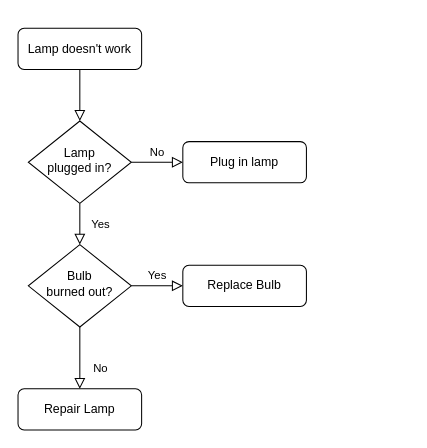
Before: CRUD.drawio in dyno9589/test, a draw.io diagram. Source tidied: cells renumbered, new cells numbered last; positions are measured from the earlier drawing's top-left corner, leaving out a move shared by most shapes. Both pictures are drawn from the tidied source at 103%, with x=0, y=0 at pixel (18, 28).
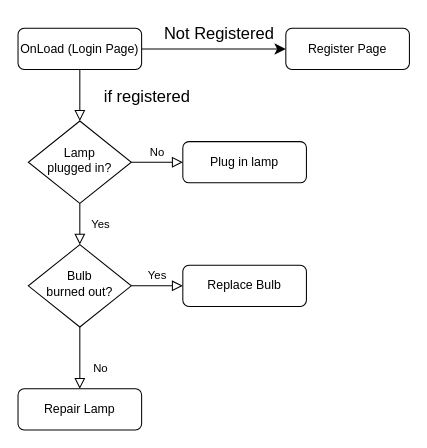
Above is the later version.

Diff of the diagram source:
```diff
@@
 <mxGraphModel>
   <root>
     <mxCell id="0" />
     <mxCell id="1" parent="0" />
     <mxCell id="2" style="rounded=0;html=1;jettySize=auto;fontSize=11;endArrow=block;endFill=0;endSize=8;strokeWidth=1;shadow=0;labelBackgroundColor=none;edgeStyle=orthogonalEdgeStyle;" parent="1" edge="1" source="3" target="6">
       <mxGeometry relative="1" as="geometry" />
     </mxCell>
+    <mxCell id="13" style="edgeStyle=none;curved=1;rounded=0;jettySize=auto;html=1;exitX=1;exitY=0.5;exitDx=0;exitDy=0;fontSize=12;startSize=8;endSize=8;" parent="1" edge="1" source="3">
+      <mxGeometry relative="1" as="geometry">
+        <mxPoint x="260" y="20" as="targetPoint" />
+      </mxGeometry>
+    </mxCell>
-    <mxCell id="3" value="Lamp doesn't work" style="rounded=1;whiteSpace=wrap;html=1;fontSize=12;glass=0;strokeWidth=1;shadow=0;" parent="1" vertex="1">
+    <mxCell id="3" value="OnLoad (Login Page)" style="rounded=1;whiteSpace=wrap;html=1;fontSize=12;glass=0;strokeWidth=1;shadow=0;" parent="1" vertex="1">
       <mxGeometry width="120" height="40" as="geometry" />
     </mxCell>
     <mxCell id="4" value="Yes" style="rounded=0;html=1;jettySize=auto;fontSize=11;endArrow=block;endFill=0;endSize=8;strokeWidth=1;shadow=0;labelBackgroundColor=none;edgeStyle=orthogonalEdgeStyle;" parent="1" edge="1" source="6" target="10">
       <mxGeometry y="20" relative="1" as="geometry" />
     </mxCell>
     <mxCell id="5" value="No" style="edgeStyle=orthogonalEdgeStyle;rounded=0;html=1;jettySize=auto;fontSize=11;endArrow=block;endFill=0;endSize=8;strokeWidth=1;shadow=0;labelBackgroundColor=none;" parent="1" edge="1" source="6" target="7">
       <mxGeometry y="10" relative="1" as="geometry" />
     </mxCell>
     <mxCell id="6" value="Lamp&lt;br&gt;plugged in?" style="rhombus;whiteSpace=wrap;html=1;shadow=0;fontFamily=Helvetica;fontSize=12;align=center;strokeWidth=1;spacing=6;spacingTop=-4;" parent="1" vertex="1">
       <mxGeometry x="10" y="90" width="100" height="80" as="geometry" />
     </mxCell>
     <mxCell id="7" value="Plug in lamp" style="rounded=1;whiteSpace=wrap;html=1;fontSize=12;glass=0;strokeWidth=1;shadow=0;" parent="1" vertex="1">
       <mxGeometry x="160" y="110" width="120" height="40" as="geometry" />
     </mxCell>
     <mxCell id="8" value="No" style="rounded=0;html=1;jettySize=auto;fontSize=11;endArrow=block;endFill=0;endSize=8;strokeWidth=1;shadow=0;labelBackgroundColor=none;edgeStyle=orthogonalEdgeStyle;" parent="1" edge="1" source="10" target="11">
       <mxGeometry x="0.33" y="20" relative="1" as="geometry" />
     </mxCell>
     <mxCell id="9" value="Yes" style="edgeStyle=orthogonalEdgeStyle;rounded=0;html=1;jettySize=auto;fontSize=11;endArrow=block;endFill=0;endSize=8;strokeWidth=1;shadow=0;labelBackgroundColor=none;" parent="1" edge="1" source="10" target="12">
       <mxGeometry y="10" relative="1" as="geometry" />
     </mxCell>
     <mxCell id="10" value="Bulb&lt;br&gt;burned out?" style="rhombus;whiteSpace=wrap;html=1;shadow=0;fontFamily=Helvetica;fontSize=12;align=center;strokeWidth=1;spacing=6;spacingTop=-4;" parent="1" vertex="1">
       <mxGeometry x="10" y="210" width="100" height="80" as="geometry" />
     </mxCell>
     <mxCell id="11" value="Repair Lamp" style="rounded=1;whiteSpace=wrap;html=1;fontSize=12;glass=0;strokeWidth=1;shadow=0;" parent="1" vertex="1">
       <mxGeometry y="350" width="120" height="40" as="geometry" />
     </mxCell>
     <mxCell id="12" value="Replace Bulb" style="rounded=1;whiteSpace=wrap;html=1;fontSize=12;glass=0;strokeWidth=1;shadow=0;" parent="1" vertex="1">
       <mxGeometry x="160" y="230" width="120" height="40" as="geometry" />
     </mxCell>
+    <mxCell id="14" value="if registered" style="text;html=1;align=center;verticalAlign=middle;strokeColor=none;fillColor=none;fontSize=16;" parent="1" vertex="1">
+      <mxGeometry x="70" y="51" width="110" height="30" as="geometry" />
+    </mxCell>
+    <mxCell id="15" value="Register Page" style="rounded=1;whiteSpace=wrap;html=1;fontSize=12;glass=0;strokeWidth=1;shadow=0;" parent="1" vertex="1">
+      <mxGeometry x="260" width="120" height="40" as="geometry" />
+    </mxCell>
+    <mxCell id="16" value="Not Registered" style="text;html=1;align=center;verticalAlign=middle;strokeColor=none;fillColor=none;fontSize=16;" parent="1" vertex="1">
+      <mxGeometry x="130" y="-10" width="130" height="30" as="geometry" />
+    </mxCell>
   </root>
 </mxGraphModel>
```
